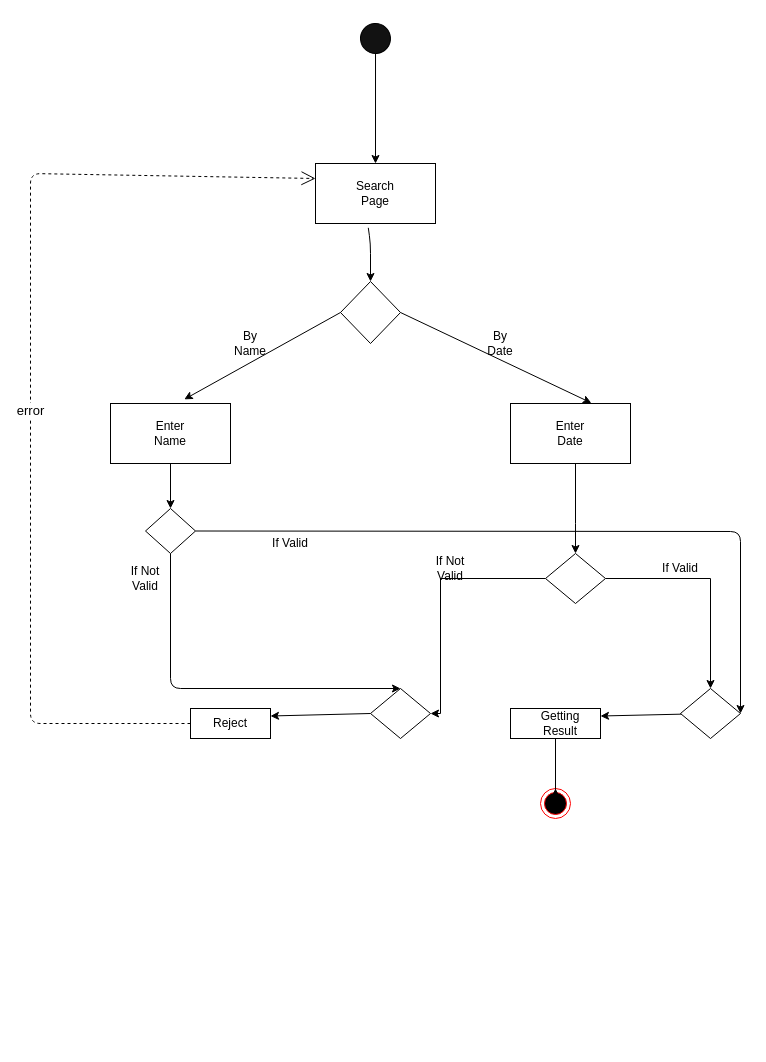
mohammadamir98/Sama_sw1 keeps this draw.io diagram as search.drawio. Above is the earlier version. Source tidied: cells renumbered, new cells numbered last; positions are measured from the earlier drawing's top-left corner, leaving out a move shared by most shapes. Both pictures are drawn from the tidied source at 100%, with x=0, y=0 at pixel (30, 23).
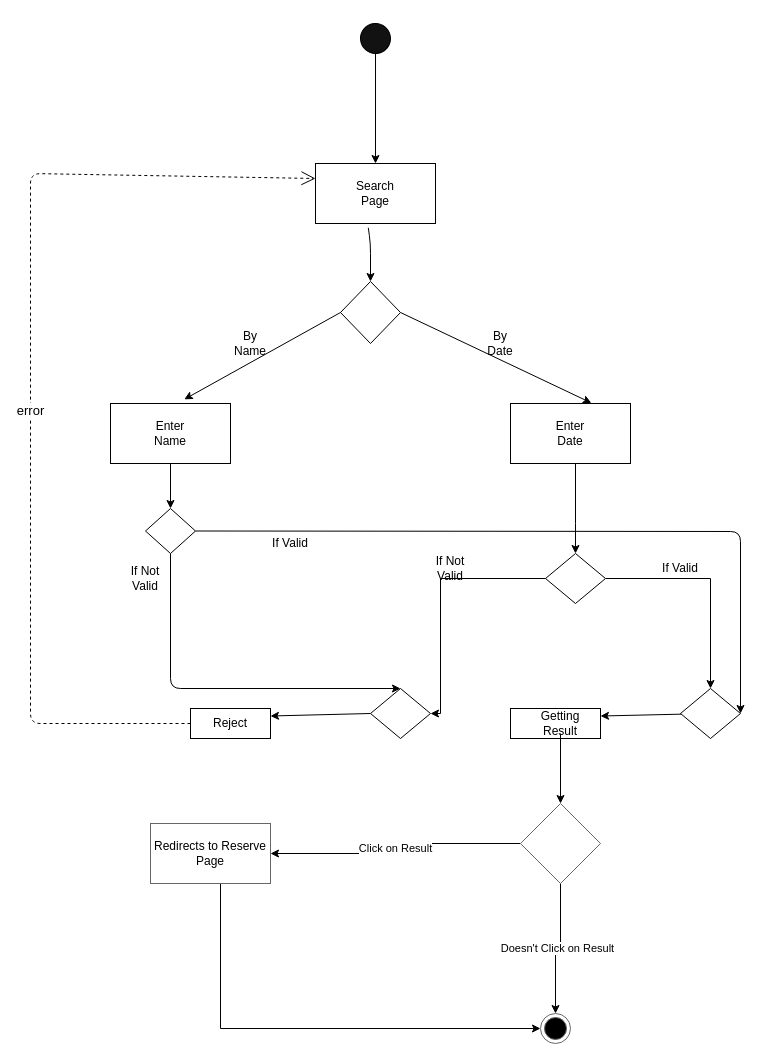
Above is the later version.

Unchanged cells that the change refers to:
```xml
<mxCell id="11" style="rounded=0;whiteSpace=wrap;html=1;" parent="1" vertex="1">
  <mxGeometry x="480" y="685" width="90" height="30" as="geometry" />
</mxCell>
<mxCell id="13" value="Getting Result" style="text;html=1;strokeColor=none;fillColor=none;align=center;verticalAlign=middle;whiteSpace=wrap;rounded=0;" parent="1" vertex="1">
  <mxGeometry x="510" y="690" width="40" height="20" as="geometry" />
</mxCell>
```

The edit, as a diff of the source:
```diff
@@
+    <mxCell id="39" style="edgeStyle=orthogonalEdgeStyle;rounded=0;jettySize=auto;html=1;entryX=0.5;entryY=0;entryDx=0;entryDy=0;" parent="1" edge="1" source="13" target="42">
+      <mxGeometry relative="1" as="geometry" />
+    </mxCell>
@@
-    <mxCell id="37" style="ellipse;html=1;shape=endState;fillColor=#000000;strokeColor=#ff0000;" parent="1" vertex="1">
-      <mxGeometry x="510" y="765" width="30" height="30" as="geometry" />
+    <mxCell id="37" style="ellipse;html=1;shape=endState;fillColor=#000000;strokeColor=#666666;" parent="1" vertex="1">
+      <mxGeometry x="510" y="990" width="30" height="30" as="geometry" />
     </mxCell>
-    <mxCell id="38" style="endArrow=classic;html=1;exitX=0.5;exitY=1;exitDx=0;exitDy=0;entryX=0.5;entryY=0;entryDx=0;entryDy=0;" parent="1" edge="1" source="11" target="37">
-      <mxGeometry relative="1" as="geometry">
-        <Array as="points">
-          <mxPoint x="525" y="780" />
-        </Array>
-      </mxGeometry>
-    </mxCell>
+    <mxCell id="40" value="Click on Result" style="edgeStyle=orthogonalEdgeStyle;rounded=0;jettySize=auto;html=1;entryX=1;entryY=0.5;entryDx=0;entryDy=0;" parent="1" edge="1" source="42" target="44">
+      <mxGeometry relative="1" as="geometry" />
+    </mxCell>
+    <mxCell id="41" value="Doesn't Click on Result" style="edgeStyle=orthogonalEdgeStyle;rounded=0;jettySize=auto;html=1;entryX=0.5;entryY=0;entryDx=0;entryDy=0;" parent="1" edge="1" source="42" target="37">
+      <mxGeometry relative="1" as="geometry" />
+    </mxCell>
+    <mxCell id="42" style="rhombus;whiteSpace=wrap;html=1;strokeColor=#666666;" parent="1" vertex="1">
+      <mxGeometry x="490" y="780" width="80" height="80" as="geometry" />
+    </mxCell>
+    <mxCell id="43" style="edgeStyle=orthogonalEdgeStyle;rounded=0;jettySize=auto;html=1;entryX=0;entryY=0.5;entryDx=0;entryDy=0;" parent="1" edge="1" source="44" target="37">
+      <mxGeometry relative="1" as="geometry">
+        <Array as="points">
+          <mxPoint x="190" y="1005" />
+        </Array>
+      </mxGeometry>
+    </mxCell>
+    <mxCell id="44" value="Redirects to Reserve Page" style="rounded=0;whiteSpace=wrap;html=1;strokeColor=#666666;" parent="1" vertex="1">
+      <mxGeometry x="120" y="800" width="120" height="60" as="geometry" />
+    </mxCell>
```
